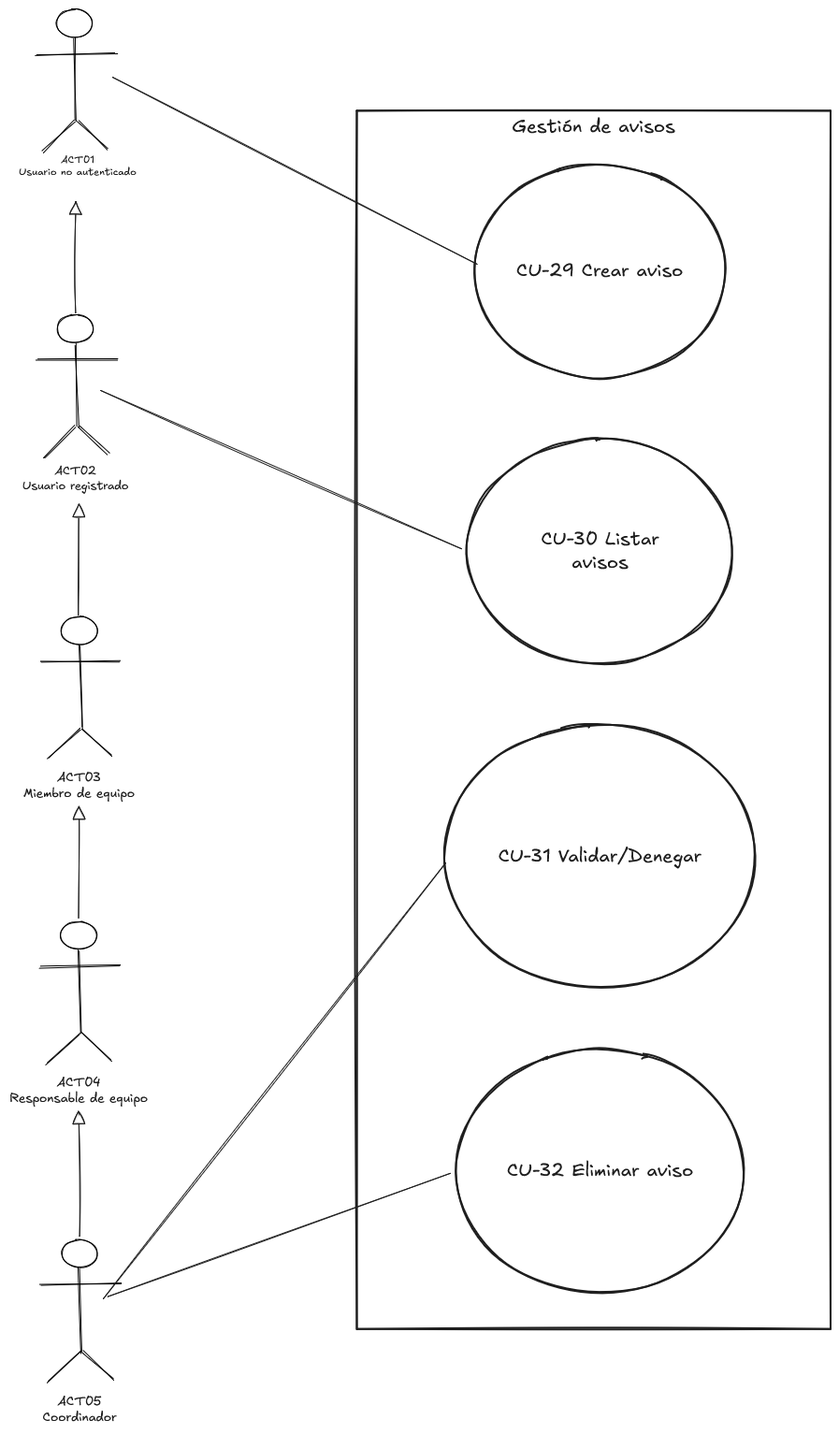
The Excalidraw diagram Docs/memoria/imaxes/diagramas-caso-uso/diagrama-gestion-avisos.png in zenoma/emergency-management-app, before a commit. Source tidied: one line per element, renumbered; positions are measured from the earlier drawing's top-left corner, leaving out a move shared by most shapes.
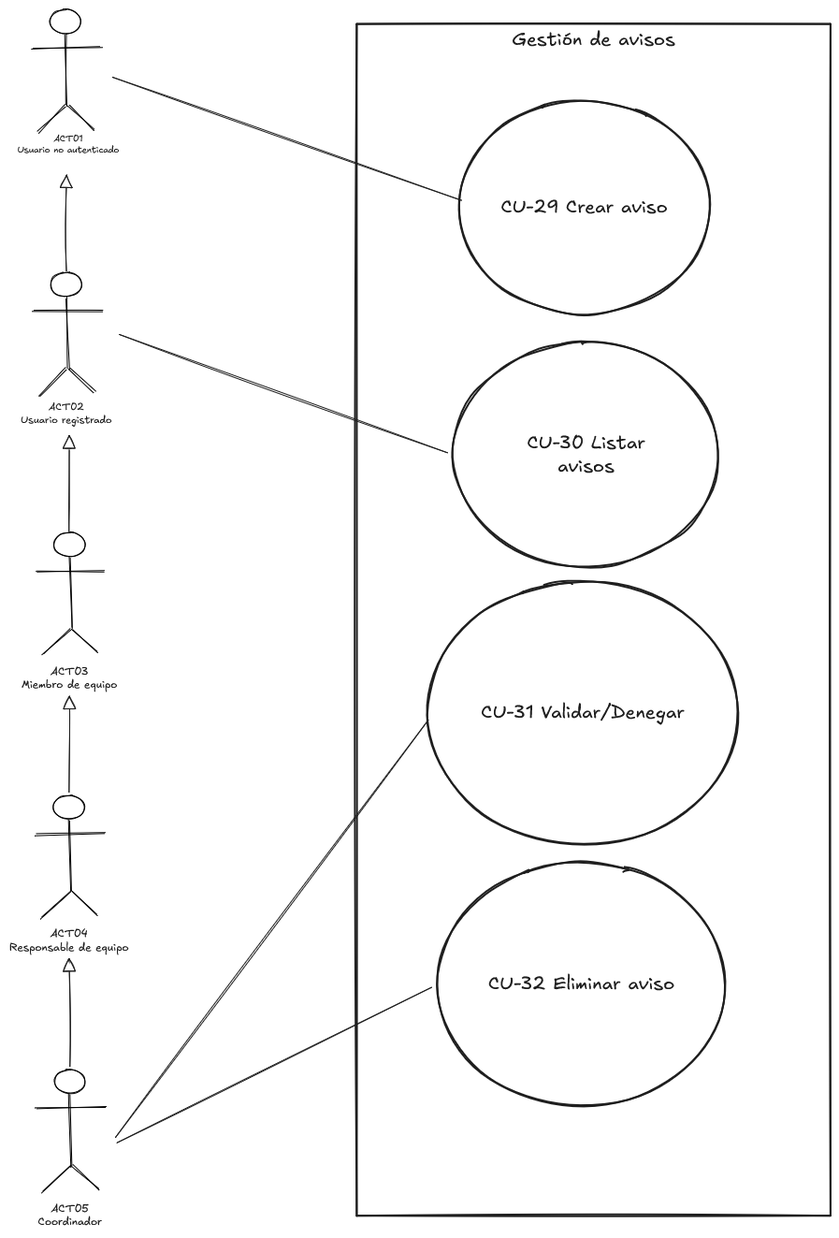
The same diagram one commit later.

The edit, as a diff of the source:
```diff
@@ -1,48 +1,48 @@
+{"id": 46, "type": "rectangle", "strokeColor": "#1e1e1e", "strokeWidth": 2, "roughness": 1, "x": 371, "y": 16, "width": 507, "height": 1274}
+{"id": 47, "type": "text", "text": "Gestión de avisos", "strokeColor": "#1e1e1e", "strokeWidth": 2, "roughness": 1, "fontSize": 20, "fontFamily": 5, "textAlign": "center", "inside": 46, "x": 538, "y": 21, "width": 174, "height": 25}
-{"id": 0, "type": "ellipse", "strokeColor": "#000000", "strokeWidth": 1, "roughness": 1, "round": true, "x": 55, "y": 649, "width": 38, "height": 30}
+{"id": 0, "type": "ellipse", "strokeColor": "#000000", "strokeWidth": 1, "roughness": 1, "round": true, "x": 48, "y": 559, "width": 33, "height": 26}
-{"id": 1, "type": "line", "strokeColor": "#000000", "strokeWidth": 1, "roughness": 1, "round": true, "x": 75, "y": 680, "width": 2, "height": 89, "points": [[0, 0], [2, 89]]}
+{"id": 1, "type": "line", "strokeColor": "#000000", "strokeWidth": 1, "roughness": 1, "round": true, "x": 64, "y": 586, "width": 2, "height": 76, "points": [[0, 0], [2, 76]]}
-{"id": 2, "type": "line", "strokeColor": "#000000", "strokeWidth": 1, "roughness": 1, "round": true, "x": 33, "y": 698, "width": 86, "height": 1, "points": [[0, 0], [86, -1]]}
+{"id": 2, "type": "line", "strokeColor": "#000000", "strokeWidth": 1, "roughness": 1, "round": true, "x": 29, "y": 601, "width": 74, "height": 1, "points": [[0, 0], [74, -1]]}
-{"id": 3, "type": "line", "strokeColor": "#000000", "strokeWidth": 1, "roughness": 1, "round": true, "x": 41, "y": 801, "width": 35, "height": 32, "points": [[0, 0], [35, -32]]}
+{"id": 3, "type": "line", "strokeColor": "#000000", "strokeWidth": 1, "roughness": 1, "round": true, "x": 35, "y": 690, "width": 30, "height": 28, "points": [[0, 0], [30, -28]]}
-{"id": 4, "type": "line", "strokeColor": "#000000", "strokeWidth": 1, "roughness": 1, "round": true, "x": 78, "y": 768, "width": 32, "height": 30, "points": [[0, 0], [32, 30]]}
+{"id": 4, "type": "line", "strokeColor": "#000000", "strokeWidth": 1, "roughness": 1, "round": true, "x": 67, "y": 662, "width": 27, "height": 26, "points": [[0, 0], [27, 26]]}
-{"id": 5, "type": "text", "text": "ACT03\nMiembro de equipo", "strokeColor": "#1e1e1e", "strokeWidth": 4, "strokeStyle": "dashed", "roughness": 1, "fontSize": 13.61, "fontFamily": 5, "textAlign": "center", "x": 15, "y": 813, "width": 119, "height": 34}
+{"id": 5, "type": "text", "text": "ACT03\nMiembro de equipo", "strokeColor": "#1e1e1e", "strokeWidth": 4, "strokeStyle": "dashed", "roughness": 1, "fontSize": 11.73, "fontFamily": 5, "textAlign": "center", "x": 13, "y": 700, "width": 102, "height": 29}
-{"id": 6, "type": "ellipse", "strokeColor": "#000000", "strokeWidth": 1, "roughness": 1, "round": true, "x": 55, "y": 975, "width": 38, "height": 30}
+{"id": 6, "type": "ellipse", "strokeColor": "#000000", "strokeWidth": 1, "roughness": 1, "round": true, "x": 47, "y": 840, "width": 33, "height": 26}
-{"id": 7, "type": "line", "strokeColor": "#000000", "strokeWidth": 1, "roughness": 1, "round": true, "x": 74, "y": 1006, "width": 2, "height": 89, "points": [[0, 0], [2, 89]]}
+{"id": 7, "type": "line", "strokeColor": "#000000", "strokeWidth": 1, "roughness": 1, "round": true, "x": 64, "y": 866, "width": 2, "height": 76, "points": [[0, 0], [2, 76]]}
-{"id": 8, "type": "line", "strokeColor": "#000000", "strokeWidth": 1, "roughness": 1, "round": true, "x": 33, "y": 1024, "width": 86, "height": 1, "points": [[0, 0], [86, -1]]}
+{"id": 8, "type": "line", "strokeColor": "#000000", "strokeWidth": 1, "roughness": 1, "round": true, "x": 28, "y": 882, "width": 74, "height": 1, "points": [[0, 0], [74, -1]]}
-{"id": 9, "type": "line", "strokeColor": "#000000", "strokeWidth": 1, "roughness": 1, "round": true, "x": 41, "y": 1127, "width": 35, "height": 32, "points": [[0, 0], [35, -32]]}
+{"id": 9, "type": "line", "strokeColor": "#000000", "strokeWidth": 1, "roughness": 1, "round": true, "x": 35, "y": 971, "width": 30, "height": 28, "points": [[0, 0], [30, -28]]}
-{"id": 10, "type": "line", "strokeColor": "#000000", "strokeWidth": 1, "roughness": 1, "round": true, "x": 77, "y": 1094, "width": 32, "height": 30, "points": [[0, 0], [32, 30]]}
+{"id": 10, "type": "line", "strokeColor": "#000000", "strokeWidth": 1, "roughness": 1, "round": true, "x": 67, "y": 942, "width": 27, "height": 26, "points": [[0, 0], [27, 26]]}
-{"id": 11, "type": "text", "text": "ACT04\nResponsable de equipo", "strokeColor": "#1e1e1e", "strokeWidth": 4, "strokeStyle": "dashed", "roughness": 1, "fontSize": 13.61, "fontFamily": 5, "textAlign": "center", "x": 0, "y": 1139, "width": 148, "height": 34}
+{"id": 11, "type": "text", "text": "ACT04\nResponsable de equipo", "strokeColor": "#1e1e1e", "strokeWidth": 4, "strokeStyle": "dashed", "roughness": 1, "fontSize": 11.73, "fontFamily": 5, "textAlign": "center", "x": 0, "y": 981, "width": 127, "height": 29}
-{"id": 12, "type": "ellipse", "strokeColor": "#000000", "strokeWidth": 1, "roughness": 1, "round": true, "x": 56, "y": 1315, "width": 38, "height": 30}
+{"id": 12, "type": "ellipse", "strokeColor": "#000000", "strokeWidth": 1, "roughness": 1, "round": true, "x": 48, "y": 1133, "width": 33, "height": 26}
-{"id": 13, "type": "line", "strokeColor": "#000000", "strokeWidth": 1, "roughness": 1, "round": true, "x": 75, "y": 1346, "width": 2, "height": 89, "points": [[0, 0], [2, 89]]}
+{"id": 13, "type": "line", "strokeColor": "#000000", "strokeWidth": 1, "roughness": 1, "round": true, "x": 65, "y": 1160, "width": 2, "height": 76, "points": [[0, 0], [2, 76]]}
-{"id": 14, "type": "line", "strokeColor": "#000000", "strokeWidth": 1, "roughness": 1, "round": true, "x": 34, "y": 1364, "width": 86, "height": 1, "points": [[0, 0], [86, -1]]}
+{"id": 14, "type": "line", "strokeColor": "#000000", "strokeWidth": 1, "roughness": 1, "round": true, "x": 29, "y": 1175, "width": 74, "height": 1, "points": [[0, 0], [74, -1]]}
-{"id": 15, "type": "line", "strokeColor": "#000000", "strokeWidth": 1, "roughness": 1, "round": true, "x": 42, "y": 1467, "width": 35, "height": 32, "points": [[0, 0], [35, -32]]}
+{"id": 15, "type": "line", "strokeColor": "#000000", "strokeWidth": 1, "roughness": 1, "round": true, "x": 36, "y": 1264, "width": 30, "height": 28, "points": [[0, 0], [30, -28]]}
-{"id": 16, "type": "line", "strokeColor": "#000000", "strokeWidth": 1, "roughness": 1, "round": true, "x": 79, "y": 1435, "width": 32, "height": 30, "points": [[0, 0], [32, 30]]}
+{"id": 16, "type": "line", "strokeColor": "#000000", "strokeWidth": 1, "roughness": 1, "round": true, "x": 68, "y": 1236, "width": 27, "height": 26, "points": [[0, 0], [27, 26]]}
-{"id": 17, "type": "text", "text": "ACT05\nCoordinador", "strokeColor": "#1e1e1e", "strokeWidth": 4, "strokeStyle": "dashed", "roughness": 1, "fontSize": 13.61, "fontFamily": 5, "textAlign": "center", "x": 36, "y": 1480, "width": 79, "height": 34}
+{"id": 17, "type": "text", "text": "ACT05\nCoordinador", "strokeColor": "#1e1e1e", "strokeWidth": 4, "strokeStyle": "dashed", "roughness": 1, "fontSize": 11.73, "fontFamily": 5, "textAlign": "center", "x": 31, "y": 1274, "width": 68, "height": 29}
-{"id": 18, "type": "arrow", "strokeColor": "#1e1e1e", "strokeWidth": 1, "roughness": 1, "endArrowhead": "triangle_outline", "from": 6, "to": 5, "x": 74, "y": 971, "width": 0, "height": 119, "points": [[0, 0], [0, -119]]}
+{"id": 18, "type": "arrow", "strokeColor": "#1e1e1e", "strokeWidth": 1, "roughness": 1, "endArrowhead": "triangle_outline", "from": 6, "to": 5, "x": 64, "y": 836, "width": 0, "height": 103, "points": [[0, 0], [0, -103]]}
-{"id": 19, "type": "arrow", "strokeColor": "#1e1e1e", "strokeWidth": 1, "roughness": 1, "endArrowhead": "triangle_outline", "from": 12, "to": 11, "x": 75, "y": 1312, "width": 1, "height": 134, "points": [[0, 0], [-1, -134]]}
+{"id": 19, "type": "arrow", "strokeColor": "#1e1e1e", "strokeWidth": 1, "roughness": 1, "endArrowhead": "triangle_outline", "from": 12, "to": 11, "x": 65, "y": 1130, "width": 1, "height": 115, "points": [[0, 0], [-1, -115]]}
-{"id": 20, "type": "ellipse", "strokeColor": "#1e1e1e", "strokeWidth": 2, "roughness": 1, "x": 497, "y": 166, "width": 269, "height": 228}
+{"id": 20, "type": "ellipse", "strokeColor": "#1e1e1e", "strokeWidth": 2, "roughness": 1, "x": 480, "y": 98, "width": 269, "height": 228}
-{"id": 21, "type": "text", "text": "CU-29 Crear aviso", "strokeColor": "#1e1e1e", "strokeWidth": 2, "roughness": 1, "fontSize": 20, "fontFamily": 5, "textAlign": "center", "verticalAlign": "middle", "inside": 20, "x": 542, "y": 267, "width": 178, "height": 25}
+{"id": 21, "type": "text", "text": "CU-29 Crear aviso", "strokeColor": "#1e1e1e", "strokeWidth": 2, "roughness": 1, "fontSize": 20, "fontFamily": 5, "textAlign": "center", "verticalAlign": "middle", "inside": 20, "x": 525, "y": 199, "width": 178, "height": 25}
-{"id": 22, "type": "ellipse", "strokeColor": "#1e1e1e", "strokeWidth": 2, "roughness": 1, "x": 490, "y": 459, "width": 284, "height": 240}
+{"id": 22, "type": "ellipse", "strokeColor": "#1e1e1e", "strokeWidth": 2, "roughness": 1, "x": 475, "y": 356, "width": 284, "height": 240}
-{"id": 23, "type": "text", "text": "CU-30 Listar\navisos", "strokeColor": "#1e1e1e", "strokeWidth": 2, "roughness": 1, "fontSize": 20, "fontFamily": 5, "textAlign": "center", "verticalAlign": "middle", "inside": 22, "x": 568, "y": 555, "width": 126, "height": 50}
+{"id": 23, "type": "text", "text": "CU-30 Listar\navisos", "strokeColor": "#1e1e1e", "strokeWidth": 2, "roughness": 1, "fontSize": 20, "fontFamily": 5, "textAlign": "center", "verticalAlign": "middle", "inside": 22, "x": 553, "y": 451, "width": 126, "height": 50}
-{"id": 24, "type": "ellipse", "strokeColor": "#1e1e1e", "strokeWidth": 2, "roughness": 1, "x": 465, "y": 765, "width": 332, "height": 282}
+{"id": 24, "type": "ellipse", "strokeColor": "#1e1e1e", "strokeWidth": 2, "roughness": 1, "x": 447, "y": 612, "width": 332, "height": 282}
-{"id": 25, "type": "text", "text": "CU-31 Validar/Denegar", "strokeColor": "#1e1e1e", "strokeWidth": 2, "roughness": 1, "fontSize": 20, "fontFamily": 5, "textAlign": "center", "verticalAlign": "middle", "inside": 24, "x": 523, "y": 893, "width": 217, "height": 25}
+{"id": 25, "type": "text", "text": "CU-31 Validar/Denegar", "strokeColor": "#1e1e1e", "strokeWidth": 2, "roughness": 1, "fontSize": 20, "fontFamily": 5, "textAlign": "center", "verticalAlign": "middle", "inside": 24, "x": 504, "y": 740, "width": 217, "height": 25}
-{"id": 26, "type": "ellipse", "strokeColor": "#1e1e1e", "strokeWidth": 2, "roughness": 1, "x": 478, "y": 1112, "width": 308, "height": 261}
+{"id": 26, "type": "ellipse", "strokeColor": "#1e1e1e", "strokeWidth": 2, "roughness": 1, "x": 458, "y": 912, "width": 308, "height": 261}
-{"id": 27, "type": "text", "text": "CU-32 Eliminar aviso", "strokeColor": "#1e1e1e", "strokeWidth": 2, "roughness": 1, "fontSize": 20, "fontFamily": 5, "textAlign": "center", "verticalAlign": "middle", "inside": 26, "x": 532, "y": 1230, "width": 199, "height": 25}
+{"id": 27, "type": "text", "text": "CU-32 Eliminar aviso", "strokeColor": "#1e1e1e", "strokeWidth": 2, "roughness": 1, "fontSize": 20, "fontFamily": 5, "textAlign": "center", "verticalAlign": "middle", "inside": 26, "x": 512, "y": 1030, "width": 199, "height": 25}
-{"id": 28, "type": "ellipse", "strokeColor": "#000000", "strokeWidth": 1, "roughness": 1, "round": true, "x": 50, "y": 0, "width": 38, "height": 30}
+{"id": 28, "type": "ellipse", "strokeColor": "#000000", "strokeWidth": 1, "roughness": 1, "round": true, "x": 43, "y": 0, "width": 33, "height": 26}
-{"id": 29, "type": "line", "strokeColor": "#000000", "strokeWidth": 1, "roughness": 1, "round": true, "x": 70, "y": 31, "width": 2, "height": 89, "points": [[0, 0], [2, 89]]}
+{"id": 29, "type": "line", "strokeColor": "#000000", "strokeWidth": 1, "roughness": 1, "round": true, "x": 60, "y": 27, "width": 2, "height": 76, "points": [[0, 0], [2, 76]]}
-{"id": 30, "type": "line", "strokeColor": "#000000", "strokeWidth": 1, "roughness": 1, "round": true, "x": 28, "y": 49, "width": 86, "height": 1, "points": [[0, 0], [86, -1]]}
+{"id": 30, "type": "line", "strokeColor": "#000000", "strokeWidth": 1, "roughness": 1, "round": true, "x": 24, "y": 42, "width": 74, "height": 1, "points": [[0, 0], [74, -1]]}
-{"id": 31, "type": "line", "strokeColor": "#000000", "strokeWidth": 1, "roughness": 1, "round": true, "x": 36, "y": 152, "width": 35, "height": 32, "points": [[0, 0], [35, -32]]}
+{"id": 31, "type": "line", "strokeColor": "#000000", "strokeWidth": 1, "roughness": 1, "round": true, "x": 31, "y": 131, "width": 30, "height": 28, "points": [[0, 0], [30, -28]]}
-{"id": 32, "type": "line", "strokeColor": "#000000", "strokeWidth": 1, "roughness": 1, "round": true, "x": 73, "y": 119, "width": 32, "height": 30, "points": [[0, 0], [32, 30]]}
+{"id": 32, "type": "line", "strokeColor": "#000000", "strokeWidth": 1, "roughness": 1, "round": true, "x": 63, "y": 103, "width": 27, "height": 26, "points": [[0, 0], [27, 26]]}
-{"id": 33, "type": "ellipse", "strokeColor": "#000000", "strokeWidth": 1, "roughness": 1, "round": true, "x": 51, "y": 326, "width": 38, "height": 30}
+{"id": 33, "type": "ellipse", "strokeColor": "#000000", "strokeWidth": 1, "roughness": 1, "round": true, "x": 44, "y": 281, "width": 33, "height": 26}
-{"id": 34, "type": "line", "strokeColor": "#000000", "strokeWidth": 1, "roughness": 1, "round": true, "x": 71, "y": 358, "width": 2, "height": 89, "points": [[0, 0], [2, 89]]}
+{"id": 34, "type": "line", "strokeColor": "#000000", "strokeWidth": 1, "roughness": 1, "round": true, "x": 61, "y": 308, "width": 2, "height": 76, "points": [[0, 0], [2, 76]]}
-{"id": 35, "type": "line", "strokeColor": "#000000", "strokeWidth": 1, "roughness": 1, "round": true, "x": 29, "y": 375, "width": 86, "height": 1, "points": [[0, 0], [86, -1]]}
+{"id": 35, "type": "line", "strokeColor": "#000000", "strokeWidth": 1, "roughness": 1, "round": true, "x": 25, "y": 323, "width": 74, "height": 1, "points": [[0, 0], [74, -1]]}
-{"id": 36, "type": "line", "strokeColor": "#000000", "strokeWidth": 1, "roughness": 1, "round": true, "x": 37, "y": 479, "width": 35, "height": 32, "points": [[0, 0], [35, -32]]}
+{"id": 36, "type": "line", "strokeColor": "#000000", "strokeWidth": 1, "roughness": 1, "round": true, "x": 32, "y": 412, "width": 30, "height": 28, "points": [[0, 0], [30, -28]]}
-{"id": 37, "type": "line", "strokeColor": "#000000", "strokeWidth": 1, "roughness": 1, "round": true, "x": 74, "y": 446, "width": 32, "height": 30, "points": [[0, 0], [32, 30]]}
+{"id": 37, "type": "line", "strokeColor": "#000000", "strokeWidth": 1, "roughness": 1, "round": true, "x": 64, "y": 384, "width": 27, "height": 26, "points": [[0, 0], [27, 26]]}
-{"id": 38, "type": "arrow", "strokeColor": "#1e1e1e", "strokeWidth": 1, "roughness": 1, "endArrowhead": "triangle_outline", "x": 74, "y": 648, "width": 0, "height": 119, "points": [[0, 0], [0, -119]]}
+{"id": 38, "type": "arrow", "strokeColor": "#1e1e1e", "strokeWidth": 1, "roughness": 1, "endArrowhead": "triangle_outline", "x": 64, "y": 558, "width": 0, "height": 103, "points": [[0, 0], [0, -103]]}
-{"id": 39, "type": "arrow", "strokeColor": "#1e1e1e", "strokeWidth": 1, "roughness": 1, "endArrowhead": "triangle_outline", "x": 71, "y": 325, "width": 0, "height": 119, "points": [[0, 0], [0, -119]]}
+{"id": 39, "type": "arrow", "strokeColor": "#1e1e1e", "strokeWidth": 1, "roughness": 1, "endArrowhead": "triangle_outline", "x": 61, "y": 280, "width": 0, "height": 103, "points": [[0, 0], [0, -103]]}
-{"id": 40, "type": "text", "text": "ACT01\nUsuario no autenticado", "strokeColor": "#1e1e1e", "strokeWidth": 4, "strokeStyle": "dashed", "roughness": 1, "fontSize": 11.0, "fontFamily": 5, "textAlign": "center", "x": 10, "y": 154, "width": 126, "height": 28}
+{"id": 40, "type": "text", "text": "ACT01\nUsuario no autenticado", "strokeColor": "#1e1e1e", "strokeWidth": 4, "strokeStyle": "dashed", "roughness": 1, "fontSize": 9.47, "fontFamily": 5, "textAlign": "center", "x": 9, "y": 132, "width": 108, "height": 24}
-{"id": 41, "type": "text", "text": "ACT02\nUsuario registrado", "strokeColor": "#1e1e1e", "strokeWidth": 4, "strokeStyle": "dashed", "roughness": 1, "fontSize": 12.44, "fontFamily": 5, "textAlign": "center", "x": 14, "y": 486, "width": 113, "height": 31}
+{"id": 41, "type": "text", "text": "ACT02\nUsuario registrado", "strokeColor": "#1e1e1e", "strokeWidth": 4, "strokeStyle": "dashed", "roughness": 1, "fontSize": 10.72, "fontFamily": 5, "textAlign": "center", "x": 12, "y": 419, "width": 97, "height": 27}
-{"id": 42, "type": "arrow", "strokeColor": "#1e1e1e", "strokeWidth": 1, "roughness": 1, "to": 20, "x": 110, "y": 72, "width": 390, "height": 200, "points": [[0, 0], [390, 200]]}
+{"id": 42, "type": "arrow", "strokeColor": "#1e1e1e", "strokeWidth": 1, "roughness": 1, "to": 20, "x": 110, "y": 72, "width": 373, "height": 132, "points": [[0, 0], [373, 132]]}
-{"id": 43, "type": "arrow", "strokeColor": "#1e1e1e", "strokeWidth": 1, "roughness": 1, "to": 22, "x": 98, "y": 407, "width": 386, "height": 169, "points": [[0, 0], [386, 169]]}
+{"id": 43, "type": "arrow", "strokeColor": "#1e1e1e", "strokeWidth": 1, "roughness": 1, "to": 22, "x": 118, "y": 347, "width": 351, "height": 126, "points": [[0, 0], [351, 126]]}
-{"id": 44, "type": "arrow", "strokeColor": "#1e1e1e", "strokeWidth": 1, "roughness": 1, "to": 24, "x": 100, "y": 1379, "width": 366, "height": 466, "points": [[0, 0], [366, -466]]}
+{"id": 44, "type": "arrow", "strokeColor": "#1e1e1e", "strokeWidth": 1, "roughness": 1, "to": 24, "x": 113, "y": 1205, "width": 335, "height": 446, "points": [[0, 0], [335, -446]]}
-{"id": 45, "type": "arrow", "strokeColor": "#1e1e1e", "strokeWidth": 1, "roughness": 1, "to": 26, "x": 105, "y": 1376, "width": 366, "height": 132, "points": [[0, 0], [366, -132]]}
+{"id": 45, "type": "arrow", "strokeColor": "#1e1e1e", "strokeWidth": 1, "roughness": 1, "to": 26, "x": 115, "y": 1211, "width": 336, "height": 166, "points": [[0, 0], [336, -166]]}
-{"id": 46, "type": "rectangle", "strokeColor": "#1e1e1e", "strokeWidth": 2, "roughness": 1, "x": 371, "y": 108, "width": 507, "height": 1302}
-{"id": 47, "type": "text", "text": "Gestión de avisos", "strokeColor": "#1e1e1e", "strokeWidth": 2, "roughness": 1, "fontSize": 20, "fontFamily": 5, "textAlign": "center", "inside": 46, "x": 538, "y": 113, "width": 174, "height": 25}
```
